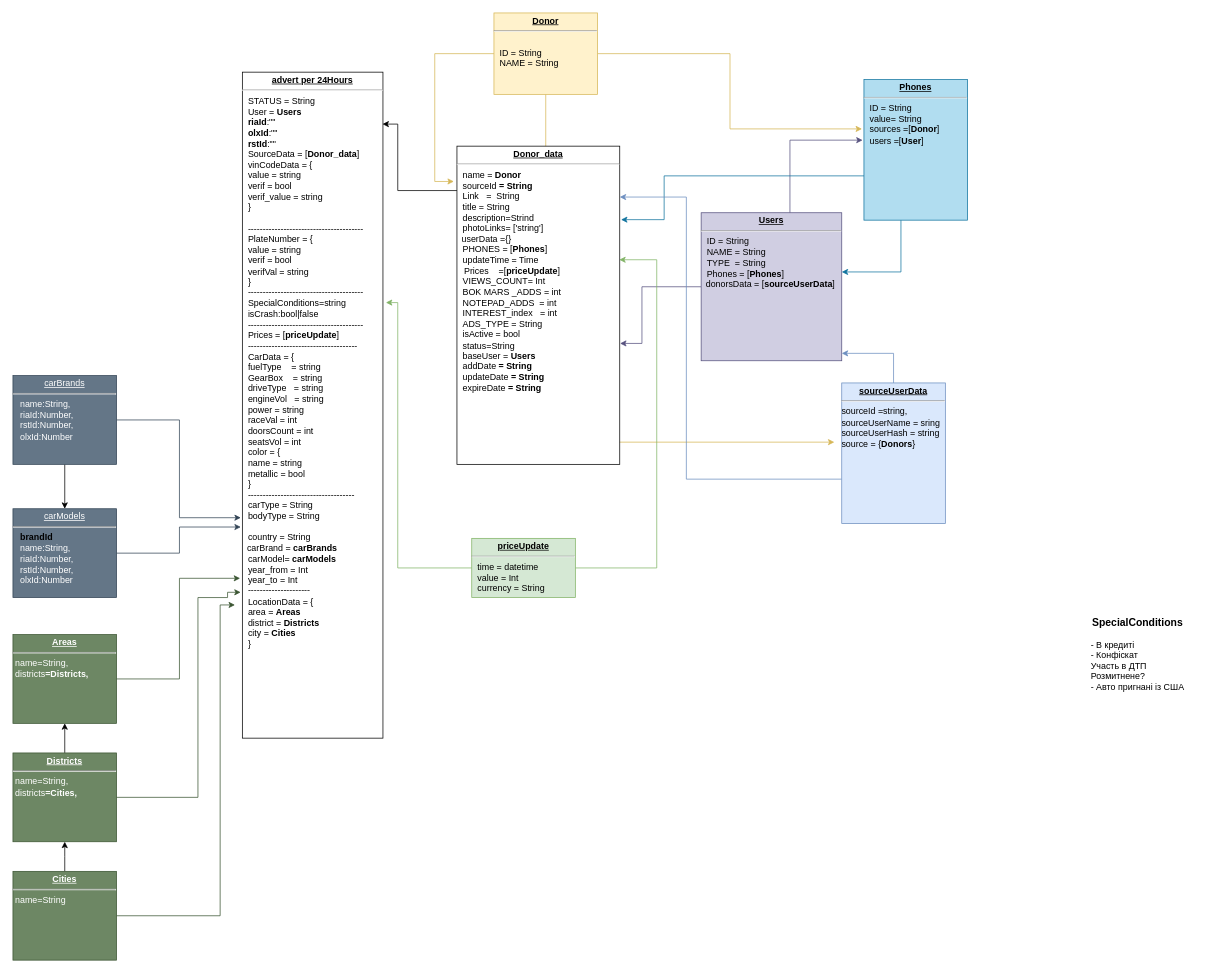
Above: .drawio in Dromich/car_dog_diagram (draw.io), before the change. Source tidied: cells renumbered, new cells numbered last; positions are measured from the earlier drawing's top-left corner, leaving out a move shared by most shapes. Both pictures are drawn from the tidied source at 74%, with x=0, y=0 at pixel (13, 13).
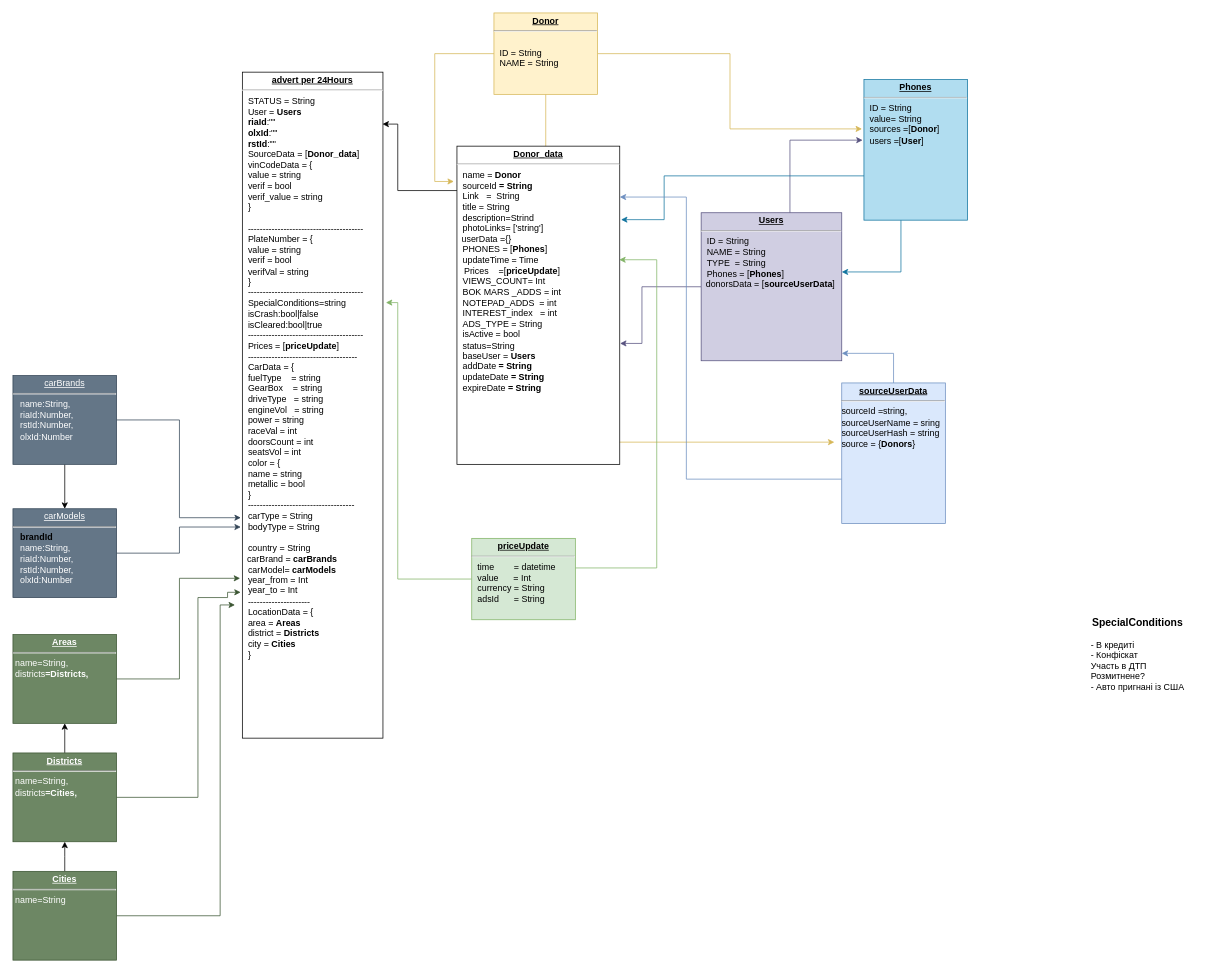
After the change.

Change to the diagram source:
```diff
@@
-    <mxCell id="2" value="&lt;p style=&quot;margin: 0px ; margin-top: 4px ; text-align: center ; text-decoration: underline&quot;&gt;&lt;b&gt;advert per 24Hours&lt;/b&gt;&lt;br&gt;&lt;/p&gt;&lt;hr&gt;&lt;p style=&quot;margin: 0px ; margin-left: 8px&quot;&gt;STATUS = String&lt;br&gt;&lt;/p&gt;&lt;p style=&quot;margin: 0px ; margin-left: 8px&quot;&gt;User = &lt;b&gt;Users&lt;/b&gt;&lt;/p&gt;&lt;p style=&quot;margin: 0px ; margin-left: 8px&quot;&gt;&lt;b&gt;riaId&lt;/b&gt;:&quot;&quot;&lt;/p&gt;&lt;p style=&quot;margin: 0px ; margin-left: 8px&quot;&gt;&lt;b&gt;olxId&lt;/b&gt;:&quot;&quot;&lt;/p&gt;&lt;p style=&quot;margin: 0px ; margin-left: 8px&quot;&gt;&lt;b&gt;rstId&lt;/b&gt;:&quot;&quot;&lt;br&gt;&lt;/p&gt;&lt;p style=&quot;margin: 0px ; margin-left: 8px&quot;&gt;SourceData = [&lt;b&gt;Donor_data&lt;/b&gt;]&lt;br&gt;&lt;/p&gt;&lt;p style=&quot;margin: 0px ; margin-left: 8px&quot;&gt;vinCodeData = {&lt;/p&gt;&lt;p style=&quot;margin: 0px ; margin-left: 8px&quot;&gt;&lt;span&gt; &lt;span&gt; &lt;/span&gt;value = string&lt;br&gt;&lt;span&gt; &lt;/span&gt;&lt;span&gt; &lt;/span&gt;verif   = bool&lt;/span&gt;&lt;/p&gt;&lt;p style=&quot;margin: 0px ; margin-left: 8px&quot;&gt;&lt;span&gt;&lt;span&gt; &lt;/span&gt;verif_value = string&lt;br&gt;&lt;/span&gt;&lt;/p&gt;&lt;p style=&quot;margin: 0px ; margin-left: 8px&quot;&gt;&lt;span&gt;&lt;span&gt; &lt;/span&gt;&lt;span&gt; &lt;/span&gt;}&lt;/span&gt;&lt;/p&gt;&lt;p style=&quot;margin: 0px ; margin-left: 8px&quot;&gt;&lt;br&gt;&lt;/p&gt;&lt;p style=&quot;margin: 0px ; margin-left: 8px&quot;&gt;&lt;span&gt;---------------------------------------&lt;br&gt;&lt;/span&gt;&lt;/p&gt;&lt;p style=&quot;margin: 0px ; margin-left: 8px&quot;&gt;PlateNumber = {&lt;/p&gt;&lt;p style=&quot;margin: 0px ; margin-left: 8px&quot;&gt;&lt;span&gt; &lt;/span&gt;value = string&lt;br&gt;&lt;span&gt; &lt;/span&gt;verif = bool&lt;br&gt;&lt;span&gt; &lt;/span&gt;verifVal = string&lt;br&gt;&lt;/p&gt;&lt;p style=&quot;margin: 0px ; margin-left: 8px&quot;&gt;&lt;span&gt; &lt;/span&gt;}&lt;/p&gt;&lt;p style=&quot;margin: 0px ; margin-left: 8px&quot;&gt;---------------------------------------&lt;br&gt;&lt;/p&gt;&lt;p style=&quot;margin: 0px 0px 0px 8px&quot;&gt;SpecialСonditions=string&lt;/p&gt;&lt;p style=&quot;margin: 0px 0px 0px 8px&quot;&gt;isCrash:bool|false&lt;br&gt;&lt;/p&gt;&lt;p style=&quot;margin: 0px ; margin-left: 8px&quot;&gt;---------------------------------------&lt;br&gt;&lt;/p&gt;&lt;p style=&quot;margin: 0px ; margin-left: 8px&quot;&gt;Prices = [&lt;b&gt;priceUpdate&lt;/b&gt;]&lt;br&gt;&lt;/p&gt;&lt;p style=&quot;margin: 0px ; margin-left: 8px&quot;&gt;-------------------------------------&lt;/p&gt;&lt;p style=&quot;margin: 0px ; margin-left: 8px&quot;&gt;CarData = {&lt;/p&gt;&lt;p style=&quot;margin: 0px ; margin-left: 8px&quot;&gt;&lt;span&gt; &lt;/span&gt;fuelType&amp;nbsp;&amp;nbsp;&amp;nbsp; = string&lt;/p&gt;&lt;p style=&quot;margin: 0px ; margin-left: 8px&quot;&gt;GearBox&amp;nbsp;&amp;nbsp;&amp;nbsp; = string&lt;/p&gt;&lt;p style=&quot;margin: 0px ; margin-left: 8px&quot;&gt;driveType&amp;nbsp;&amp;nbsp; = string&lt;/p&gt;&lt;p style=&quot;margin: 0px ; margin-left: 8px&quot;&gt;engineVol&amp;nbsp;&amp;nbsp; = string&lt;/p&gt;&lt;p style=&quot;margin: 0px ; margin-left: 8px&quot;&gt;power = string&lt;br&gt;&lt;/p&gt;&lt;p style=&quot;margin: 0px ; margin-left: 8px&quot;&gt;raceVal = int&lt;/p&gt;&lt;p style=&quot;margin: 0px ; margin-left: 8px&quot;&gt;doorsCount = int&lt;/p&gt;&lt;p style=&quot;margin: 0px ; margin-left: 8px&quot;&gt;seatsVol = int&lt;/p&gt;&lt;p style=&quot;margin: 0px ; margin-left: 8px&quot;&gt;color = {&lt;/p&gt;&lt;p style=&quot;margin: 0px ; margin-left: 8px&quot;&gt;name = string&lt;/p&gt;&lt;p style=&quot;margin: 0px ; margin-left: 8px&quot;&gt;metallic = bool&lt;br&gt;&lt;/p&gt;&lt;p style=&quot;margin: 0px ; margin-left: 8px&quot;&gt;}&lt;/p&gt;&lt;p style=&quot;margin: 0px ; margin-left: 8px&quot;&gt;------------------------------------&lt;/p&gt;&lt;p style=&quot;margin: 0px ; margin-left: 8px&quot;&gt;&lt;span style=&quot;background-color: rgb(255 , 255 , 255)&quot;&gt;carType = String&lt;/span&gt;&lt;/p&gt;&lt;p style=&quot;margin: 0px ; margin-left: 8px&quot;&gt;bodyType = String&lt;/p&gt;&lt;p style=&quot;margin: 0px ; margin-left: 8px&quot;&gt;&lt;br&gt;&lt;/p&gt;&lt;p style=&quot;margin: 0px ; margin-left: 8px&quot;&gt;country = String&lt;/p&gt;&amp;nbsp; carBrand = &lt;b&gt;carBrands&lt;/b&gt;&lt;br&gt;&lt;p style=&quot;margin: 0px ; margin-left: 8px&quot;&gt;carModel= &lt;b&gt;carModels&lt;/b&gt;&lt;br&gt;&lt;/p&gt;&lt;p style=&quot;margin: 0px ; margin-left: 8px&quot;&gt;year_from = Int&lt;/p&gt;&lt;p style=&quot;margin: 0px ; margin-left: 8px&quot;&gt;year_to = Int&lt;/p&gt;&lt;p style=&quot;margin: 0px ; margin-left: 8px&quot;&gt;&lt;span&gt; &lt;/span&gt;---------------------&lt;/p&gt;&lt;p style=&quot;margin: 0px ; margin-left: 8px&quot;&gt;LocationData = {&lt;/p&gt;&lt;p style=&quot;margin: 0px ; margin-left: 8px&quot;&gt;area = &lt;b&gt;Areas&lt;/b&gt;&lt;br&gt;&lt;/p&gt;&lt;p style=&quot;margin: 0px ; margin-left: 8px&quot;&gt;district = &lt;b&gt;Districts&lt;/b&gt;&lt;br&gt;&lt;/p&gt;&lt;p style=&quot;margin: 0px ; margin-left: 8px&quot;&gt;city = &lt;b&gt;Cities&lt;/b&gt;&lt;br&gt;&lt;/p&gt;&lt;p style=&quot;margin: 0px ; margin-left: 8px&quot;&gt;}&lt;/p&gt;&lt;p style=&quot;margin: 0px ; margin-left: 8px&quot;&gt;&lt;br&gt;&lt;/p&gt;&lt;p style=&quot;margin: 0px ; margin-left: 8px&quot;&gt;&lt;br&gt;&lt;/p&gt;&lt;p style=&quot;margin: 0px ; margin-left: 8px&quot;&gt;&lt;br&gt;&lt;/p&gt;&lt;p style=&quot;margin: 0px ; margin-left: 8px&quot;&gt;&lt;br&gt;&lt;/p&gt;&lt;p style=&quot;margin: 0px ; margin-left: 8px&quot;&gt;&lt;br&gt;&lt;/p&gt;&lt;p style=&quot;margin: 0px ; margin-left: 8px&quot;&gt;&lt;br&gt;&lt;/p&gt;" style="verticalAlign=top;align=left;overflow=fill;fontSize=12;fontFamily=Helvetica;html=1;rounded=0;shadow=0;comic=0;labelBackgroundColor=none;strokeWidth=1;" parent="1" vertex="1">
+    <mxCell id="2" value="&lt;p style=&quot;margin: 0px ; margin-top: 4px ; text-align: center ; text-decoration: underline&quot;&gt;&lt;b&gt;advert per 24Hours&lt;/b&gt;&lt;br&gt;&lt;/p&gt;&lt;hr&gt;&lt;p style=&quot;margin: 0px ; margin-left: 8px&quot;&gt;STATUS = String&lt;br&gt;&lt;/p&gt;&lt;p style=&quot;margin: 0px ; margin-left: 8px&quot;&gt;User = &lt;b&gt;Users&lt;/b&gt;&lt;/p&gt;&lt;p style=&quot;margin: 0px ; margin-left: 8px&quot;&gt;&lt;b&gt;riaId&lt;/b&gt;:&quot;&quot;&lt;/p&gt;&lt;p style=&quot;margin: 0px ; margin-left: 8px&quot;&gt;&lt;b&gt;olxId&lt;/b&gt;:&quot;&quot;&lt;/p&gt;&lt;p style=&quot;margin: 0px ; margin-left: 8px&quot;&gt;&lt;b&gt;rstId&lt;/b&gt;:&quot;&quot;&lt;br&gt;&lt;/p&gt;&lt;p style=&quot;margin: 0px ; margin-left: 8px&quot;&gt;SourceData = [&lt;b&gt;Donor_data&lt;/b&gt;]&lt;br&gt;&lt;/p&gt;&lt;p style=&quot;margin: 0px ; margin-left: 8px&quot;&gt;vinCodeData = {&lt;/p&gt;&lt;p style=&quot;margin: 0px ; margin-left: 8px&quot;&gt;&lt;span&gt; &lt;span&gt; &lt;/span&gt;value = string&lt;br&gt;&lt;span&gt; &lt;/span&gt;&lt;span&gt; &lt;/span&gt;verif   = bool&lt;/span&gt;&lt;/p&gt;&lt;p style=&quot;margin: 0px ; margin-left: 8px&quot;&gt;&lt;span&gt;&lt;span&gt; &lt;/span&gt;verif_value = string&lt;br&gt;&lt;/span&gt;&lt;/p&gt;&lt;p style=&quot;margin: 0px ; margin-left: 8px&quot;&gt;&lt;span&gt;&lt;span&gt; &lt;/span&gt;&lt;span&gt; &lt;/span&gt;}&lt;/span&gt;&lt;/p&gt;&lt;p style=&quot;margin: 0px ; margin-left: 8px&quot;&gt;&lt;br&gt;&lt;/p&gt;&lt;p style=&quot;margin: 0px ; margin-left: 8px&quot;&gt;&lt;span&gt;---------------------------------------&lt;br&gt;&lt;/span&gt;&lt;/p&gt;&lt;p style=&quot;margin: 0px ; margin-left: 8px&quot;&gt;PlateNumber = {&lt;/p&gt;&lt;p style=&quot;margin: 0px ; margin-left: 8px&quot;&gt;&lt;span&gt; &lt;/span&gt;value = string&lt;br&gt;&lt;span&gt; &lt;/span&gt;verif = bool&lt;br&gt;&lt;span&gt; &lt;/span&gt;verifVal = string&lt;br&gt;&lt;/p&gt;&lt;p style=&quot;margin: 0px ; margin-left: 8px&quot;&gt;&lt;span&gt; &lt;/span&gt;}&lt;/p&gt;&lt;p style=&quot;margin: 0px ; margin-left: 8px&quot;&gt;---------------------------------------&lt;br&gt;&lt;/p&gt;&lt;p style=&quot;margin: 0px 0px 0px 8px&quot;&gt;SpecialСonditions=string&lt;/p&gt;&lt;p style=&quot;margin: 0px 0px 0px 8px&quot;&gt;isCrash:bool|false&lt;/p&gt;&lt;p style=&quot;margin: 0px 0px 0px 8px&quot;&gt;isCleared:bool|true&lt;br&gt;&lt;/p&gt;&lt;p style=&quot;margin: 0px ; margin-left: 8px&quot;&gt;---------------------------------------&lt;br&gt;&lt;/p&gt;&lt;p style=&quot;margin: 0px ; margin-left: 8px&quot;&gt;Prices = [&lt;b&gt;priceUpdate&lt;/b&gt;]&lt;br&gt;&lt;/p&gt;&lt;p style=&quot;margin: 0px ; margin-left: 8px&quot;&gt;-------------------------------------&lt;/p&gt;&lt;p style=&quot;margin: 0px ; margin-left: 8px&quot;&gt;CarData = {&lt;/p&gt;&lt;p style=&quot;margin: 0px ; margin-left: 8px&quot;&gt;&lt;span&gt; &lt;/span&gt;fuelType&amp;nbsp;&amp;nbsp;&amp;nbsp; = string&lt;/p&gt;&lt;p style=&quot;margin: 0px ; margin-left: 8px&quot;&gt;GearBox&amp;nbsp;&amp;nbsp;&amp;nbsp; = string&lt;/p&gt;&lt;p style=&quot;margin: 0px ; margin-left: 8px&quot;&gt;driveType&amp;nbsp;&amp;nbsp; = string&lt;/p&gt;&lt;p style=&quot;margin: 0px ; margin-left: 8px&quot;&gt;engineVol&amp;nbsp;&amp;nbsp; = string&lt;/p&gt;&lt;p style=&quot;margin: 0px ; margin-left: 8px&quot;&gt;power = string&lt;br&gt;&lt;/p&gt;&lt;p style=&quot;margin: 0px ; margin-left: 8px&quot;&gt;raceVal = int&lt;/p&gt;&lt;p style=&quot;margin: 0px ; margin-left: 8px&quot;&gt;doorsCount = int&lt;/p&gt;&lt;p style=&quot;margin: 0px ; margin-left: 8px&quot;&gt;seatsVol = int&lt;/p&gt;&lt;p style=&quot;margin: 0px ; margin-left: 8px&quot;&gt;color = {&lt;/p&gt;&lt;p style=&quot;margin: 0px ; margin-left: 8px&quot;&gt;name = string&lt;/p&gt;&lt;p style=&quot;margin: 0px ; margin-left: 8px&quot;&gt;metallic = bool&lt;br&gt;&lt;/p&gt;&lt;p style=&quot;margin: 0px ; margin-left: 8px&quot;&gt;}&lt;/p&gt;&lt;p style=&quot;margin: 0px ; margin-left: 8px&quot;&gt;------------------------------------&lt;/p&gt;&lt;p style=&quot;margin: 0px ; margin-left: 8px&quot;&gt;&lt;span style=&quot;background-color: rgb(255 , 255 , 255)&quot;&gt;carType = String&lt;/span&gt;&lt;/p&gt;&lt;p style=&quot;margin: 0px ; margin-left: 8px&quot;&gt;bodyType = String&lt;/p&gt;&lt;p style=&quot;margin: 0px ; margin-left: 8px&quot;&gt;&lt;br&gt;&lt;/p&gt;&lt;p style=&quot;margin: 0px ; margin-left: 8px&quot;&gt;country = String&lt;/p&gt;&amp;nbsp; carBrand = &lt;b&gt;carBrands&lt;/b&gt;&lt;br&gt;&lt;p style=&quot;margin: 0px ; margin-left: 8px&quot;&gt;carModel= &lt;b&gt;carModels&lt;/b&gt;&lt;br&gt;&lt;/p&gt;&lt;p style=&quot;margin: 0px ; margin-left: 8px&quot;&gt;year_from = Int&lt;/p&gt;&lt;p style=&quot;margin: 0px ; margin-left: 8px&quot;&gt;year_to = Int&lt;/p&gt;&lt;p style=&quot;margin: 0px ; margin-left: 8px&quot;&gt;&lt;span&gt; &lt;/span&gt;---------------------&lt;/p&gt;&lt;p style=&quot;margin: 0px ; margin-left: 8px&quot;&gt;LocationData = {&lt;/p&gt;&lt;p style=&quot;margin: 0px ; margin-left: 8px&quot;&gt;area = &lt;b&gt;Areas&lt;/b&gt;&lt;br&gt;&lt;/p&gt;&lt;p style=&quot;margin: 0px ; margin-left: 8px&quot;&gt;district = &lt;b&gt;Districts&lt;/b&gt;&lt;br&gt;&lt;/p&gt;&lt;p style=&quot;margin: 0px ; margin-left: 8px&quot;&gt;city = &lt;b&gt;Cities&lt;/b&gt;&lt;br&gt;&lt;/p&gt;&lt;p style=&quot;margin: 0px ; margin-left: 8px&quot;&gt;}&lt;/p&gt;&lt;p style=&quot;margin: 0px ; margin-left: 8px&quot;&gt;&lt;br&gt;&lt;/p&gt;&lt;p style=&quot;margin: 0px ; margin-left: 8px&quot;&gt;&lt;br&gt;&lt;/p&gt;&lt;p style=&quot;margin: 0px ; margin-left: 8px&quot;&gt;&lt;br&gt;&lt;/p&gt;&lt;p style=&quot;margin: 0px ; margin-left: 8px&quot;&gt;&lt;br&gt;&lt;/p&gt;&lt;p style=&quot;margin: 0px ; margin-left: 8px&quot;&gt;&lt;br&gt;&lt;/p&gt;&lt;p style=&quot;margin: 0px ; margin-left: 8px&quot;&gt;&lt;br&gt;&lt;/p&gt;" style="verticalAlign=top;align=left;overflow=fill;fontSize=12;fontFamily=Helvetica;html=1;rounded=0;shadow=0;comic=0;labelBackgroundColor=none;strokeWidth=1;" parent="1" vertex="1">
       <mxGeometry x="310" y="80" width="190" height="900" as="geometry" />
     </mxCell>
@@
-    <mxCell id="21" value="&lt;p style=&quot;margin: 0px ; margin-top: 4px ; text-align: center ; text-decoration: underline&quot;&gt;&lt;b&gt;priceUpdate&lt;/b&gt;&lt;br&gt;&lt;/p&gt;&lt;hr&gt;&lt;div&gt;&lt;p style=&quot;margin: 0px ; margin-left: 8px&quot;&gt;time = datetime&lt;/p&gt;&lt;p style=&quot;margin: 0px ; margin-left: 8px&quot;&gt;value = Int&lt;/p&gt;&lt;p style=&quot;margin: 0px ; margin-left: 8px&quot;&gt;currency = String&lt;br&gt;&lt;/p&gt;&lt;br&gt;&lt;/div&gt;&lt;br&gt;&lt;p style=&quot;margin: 0px ; margin-left: 8px&quot;&gt;&lt;br&gt;&lt;/p&gt;" style="verticalAlign=top;align=left;overflow=fill;fontSize=12;fontFamily=Helvetica;html=1;rounded=0;shadow=0;comic=0;labelBackgroundColor=none;strokeWidth=1;fillColor=#d5e8d4;strokeColor=#82b366;" parent="1" vertex="1">
-      <mxGeometry x="620" y="710" width="140" height="80" as="geometry" />
+    <mxCell id="21" value="&lt;p style=&quot;margin: 0px ; margin-top: 4px ; text-align: center ; text-decoration: underline&quot;&gt;&lt;b&gt;priceUpdate&lt;/b&gt;&lt;br&gt;&lt;/p&gt;&lt;hr&gt;&lt;div&gt;&lt;p style=&quot;margin: 0px ; margin-left: 8px&quot;&gt;time&amp;nbsp;&amp;nbsp;&amp;nbsp;&amp;nbsp;&amp;nbsp;&amp;nbsp;&amp;nbsp; = datetime&lt;/p&gt;&lt;p style=&quot;margin: 0px ; margin-left: 8px&quot;&gt;value&amp;nbsp;&amp;nbsp;&amp;nbsp;&amp;nbsp;&amp;nbsp; = Int&lt;/p&gt;&lt;p style=&quot;margin: 0px ; margin-left: 8px&quot;&gt;currency = String&lt;/p&gt;&lt;p style=&quot;margin: 0px ; margin-left: 8px&quot;&gt;adsId&amp;nbsp;&amp;nbsp;&amp;nbsp;&amp;nbsp;&amp;nbsp; = String&lt;br&gt;&lt;/p&gt;&lt;br&gt;&lt;/div&gt;&lt;br&gt;&lt;p style=&quot;margin: 0px ; margin-left: 8px&quot;&gt;&lt;br&gt;&lt;/p&gt;" style="verticalAlign=top;align=left;overflow=fill;fontSize=12;fontFamily=Helvetica;html=1;rounded=0;shadow=0;comic=0;labelBackgroundColor=none;strokeWidth=1;fillColor=#d5e8d4;strokeColor=#82b366;" parent="1" vertex="1">
+      <mxGeometry x="620" y="710" width="140" height="110" as="geometry" />
     </mxCell>
```
